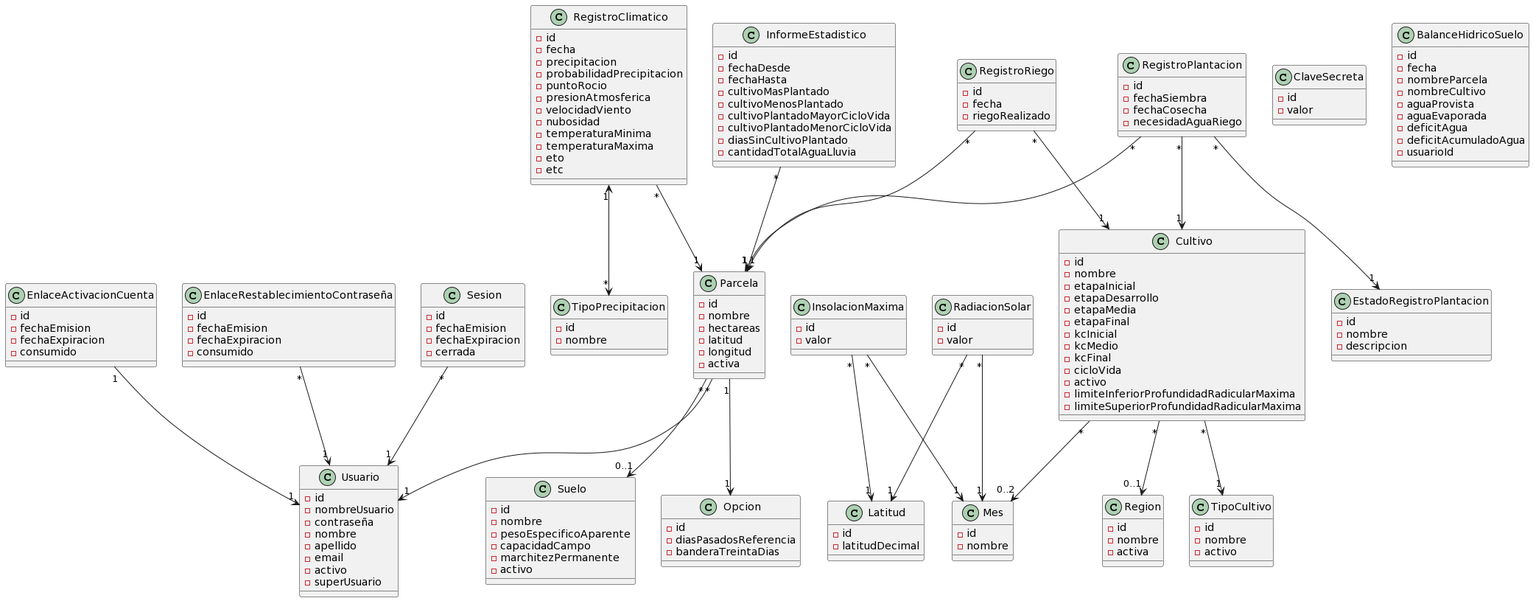
facundopaez-dev/sistema-web-riego keeps this PlantUML diagram as docs/domain model/Modelo de dominio.png. Above is the earlier version.
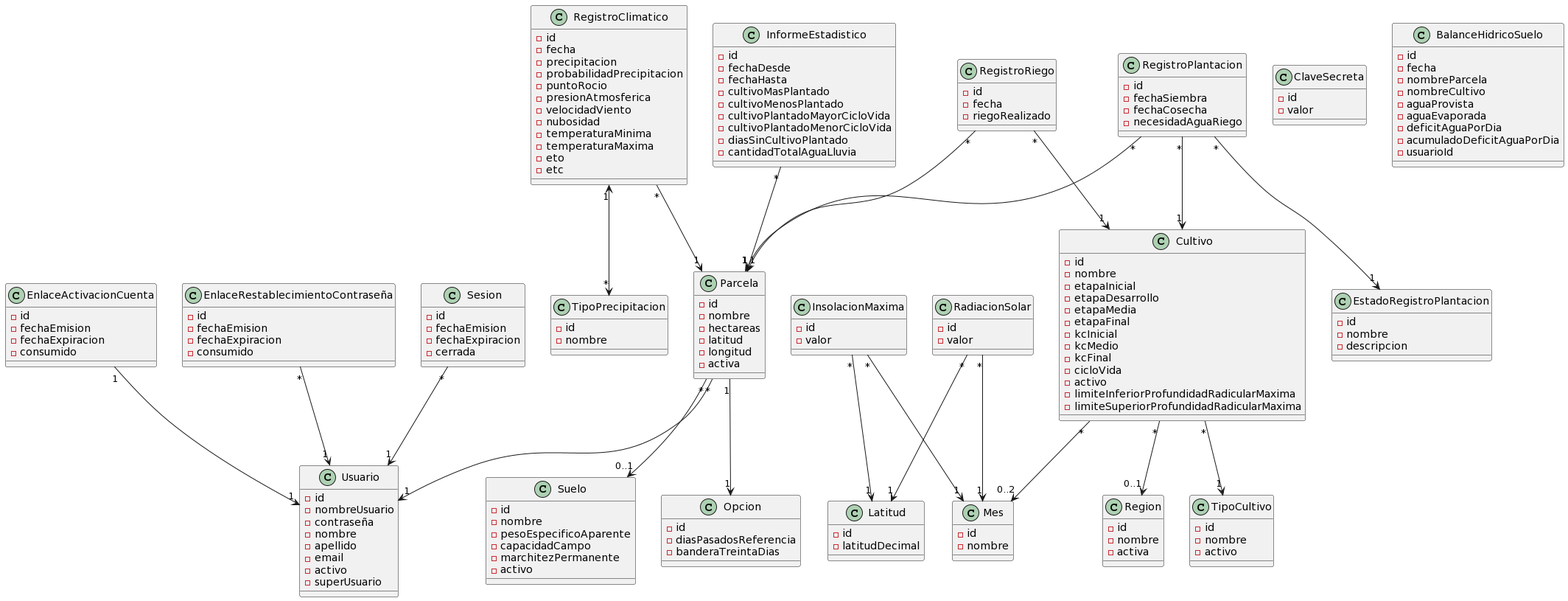
After the change.

The edit, as a diff of the source:
```diff
@@ -179,8 +179,8 @@
 -nombreCultivo
 -aguaProvista
 -aguaEvaporada
--deficitAgua
--deficitAcumuladoAgua
+-deficitAguaPorDia
+-acumuladoDeficitAguaPorDia
 -usuarioId
 }
 
```
